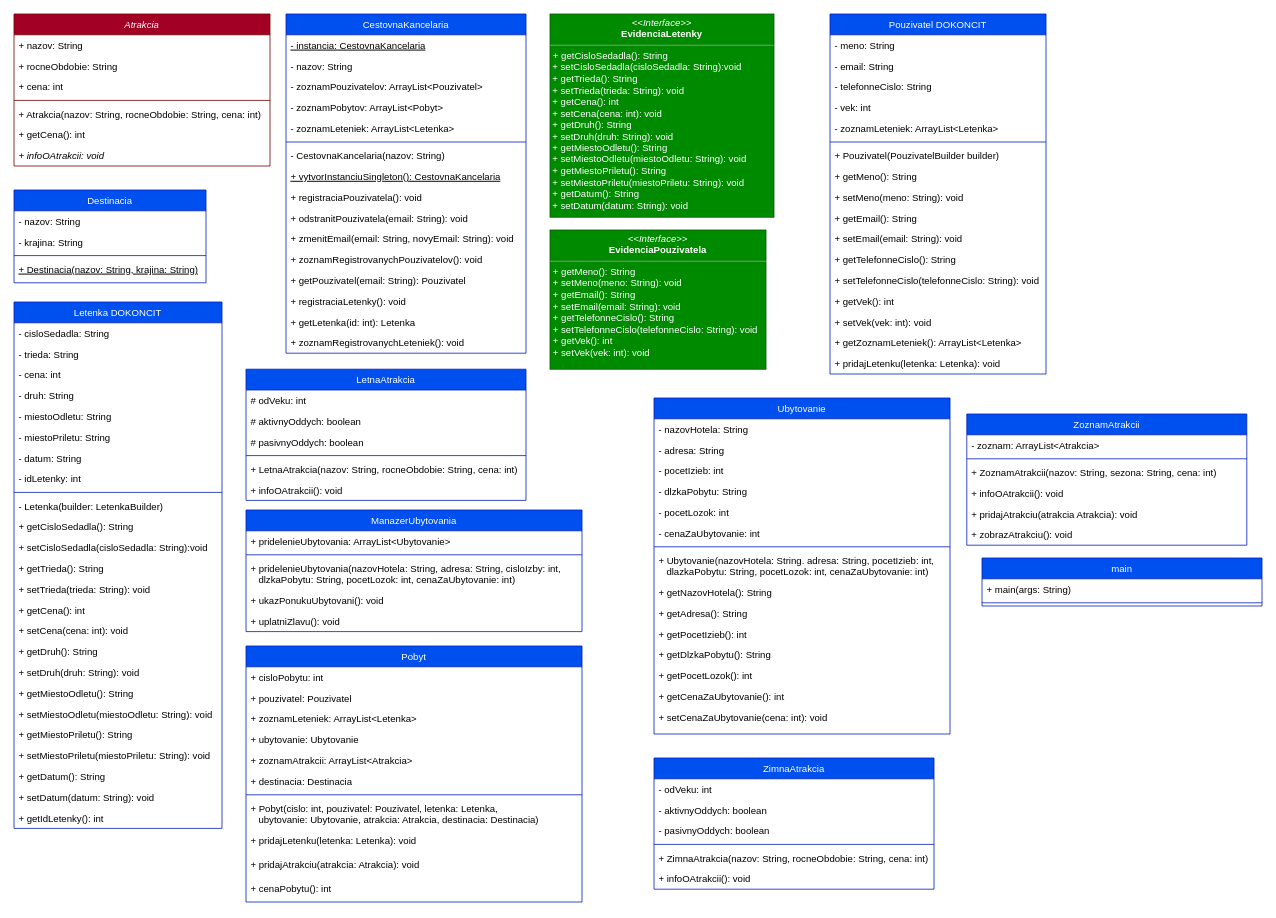
Above: src/zadanie/Cestovna_kancelaria.drawio in Marek243-sk/ZadanieANIS2 (draw.io), before the change. Source tidied: cells renumbered, new cells numbered last; positions are measured from the earlier drawing's top-left corner, leaving out a move shared by most shapes. Both pictures are drawn from the tidied source at 80%, with x=0, y=0 at pixel (14, 14).
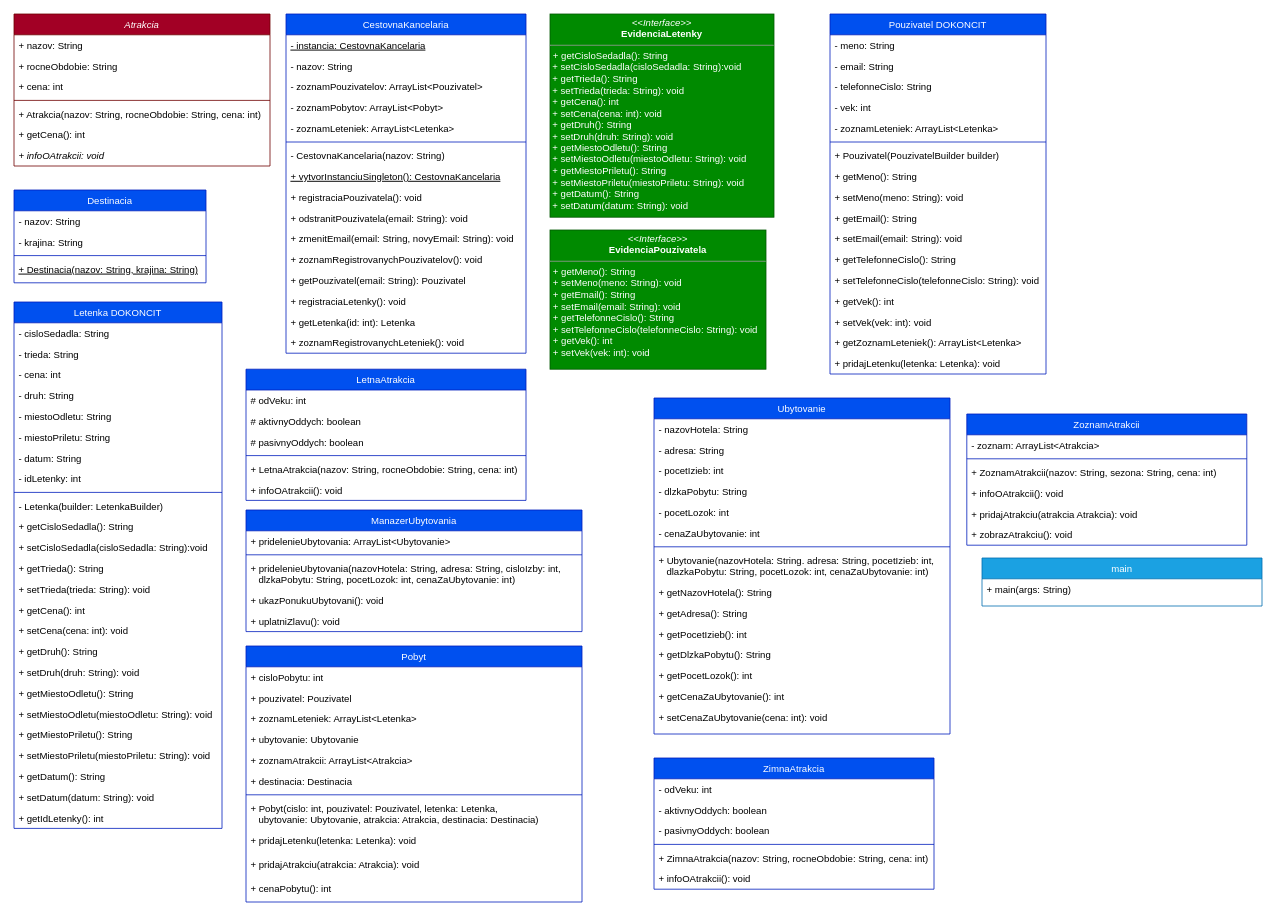
The same diagram, later.

Change to the diagram source:
```diff
@@
-    <mxCell id="133" value="main" style="swimlane;fontStyle=0;align=center;verticalAlign=top;horizontal=1;startSize=26;rounded=0;shadow=0;strokeWidth=1;fillColor=#0050ef;fontColor=#ffffff;strokeColor=#001DBC;" parent="1" vertex="1">
+    <mxCell id="133" value="main" style="swimlane;fontStyle=0;align=center;verticalAlign=top;horizontal=1;startSize=26;rounded=0;shadow=0;strokeWidth=1;fillColor=#1ba1e2;fontColor=#ffffff;strokeColor=#006EAF;" parent="1" vertex="1">
       <mxGeometry x="1210" y="680" width="350" height="60" as="geometry" />
     </mxCell>
@@
-    <mxCell id="135" style="line;html=1;strokeWidth=1;align=left;verticalAlign=middle;spacingTop=-1;spacingLeft=3;spacingRight=3;labelPosition=right;fillColor=#0050ef;fontColor=#ffffff;strokeColor=#001DBC;" parent="133" vertex="1">
-      <mxGeometry y="52" width="350" height="8" as="geometry" />
-    </mxCell>
```
